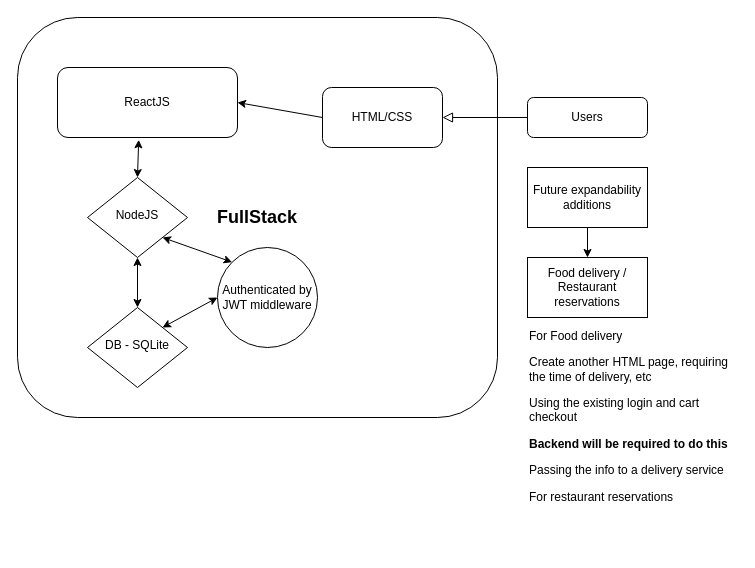
This is docs/DSTP08.drawio from fleano/DSTP08-Capstone, a draw.io file, before an edit. Source tidied: cells renumbered, new cells numbered last; positions are measured from the earlier drawing's top-left corner, leaving out a move shared by most shapes. Both pictures are drawn from the tidied source at 100%, with x=0, y=0 at pixel (17, 17).
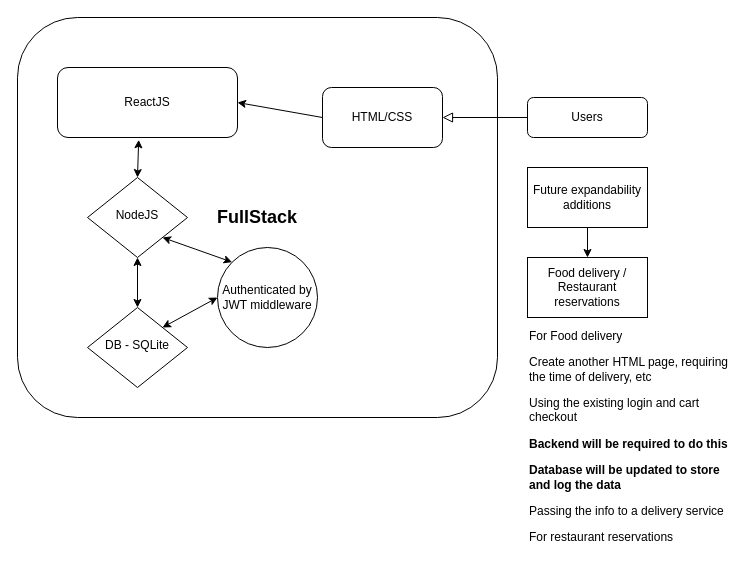
Above is the later version.

Diff of the diagram source:
```diff
@@
 <mxGraphModel>
   <root>
     <mxCell id="0" />
     <mxCell id="1" parent="0" />
     <mxCell id="2" value="&lt;b&gt;&lt;font style=&quot;font-size: 18px;&quot;&gt;FullStack&lt;/font&gt;&lt;/b&gt;" style="rounded=1;whiteSpace=wrap;html=1;roundedPerimeter=1;" parent="1" vertex="1">
       <mxGeometry width="480" height="400" as="geometry" />
     </mxCell>
     <mxCell id="3" value="ReactJS" style="rounded=1;whiteSpace=wrap;html=1;fontSize=12;glass=0;strokeWidth=1;shadow=0;" parent="1" vertex="1">
       <mxGeometry x="40" y="50" width="180" height="70" as="geometry" />
     </mxCell>
     <mxCell id="4" value="NodeJS" style="rhombus;whiteSpace=wrap;html=1;shadow=0;fontFamily=Helvetica;fontSize=12;align=center;strokeWidth=1;spacing=6;spacingTop=-4;" parent="1" vertex="1">
       <mxGeometry x="70" y="160" width="100" height="80" as="geometry" />
     </mxCell>
     <mxCell id="5" value="Users" style="rounded=1;whiteSpace=wrap;html=1;fontSize=12;glass=0;strokeWidth=1;shadow=0;" parent="1" vertex="1">
       <mxGeometry x="510" y="80" width="120" height="40" as="geometry" />
     </mxCell>
     <mxCell id="6" value="DB - SQLite" style="rhombus;whiteSpace=wrap;html=1;shadow=0;fontFamily=Helvetica;fontSize=12;align=center;strokeWidth=1;spacing=6;spacingTop=-4;" parent="1" vertex="1">
       <mxGeometry x="70" y="290" width="100" height="80" as="geometry" />
     </mxCell>
     <mxCell id="7" style="endArrow=classic;startArrow=classic;html=1;rounded=0;entryX=0.451;entryY=1.033;entryDx=0;entryDy=0;entryPerimeter=0;exitX=0.5;exitY=0;exitDx=0;exitDy=0;" parent="1" edge="1" source="4" target="3">
       <mxGeometry relative="1" as="geometry" />
     </mxCell>
     <mxCell id="8" style="endArrow=classic;startArrow=classic;html=1;rounded=0;entryX=0.5;entryY=1;entryDx=0;entryDy=0;exitX=0.5;exitY=0;exitDx=0;exitDy=0;" parent="1" edge="1" source="6" target="4">
       <mxGeometry relative="1" as="geometry" />
     </mxCell>
     <mxCell id="9" style="rounded=0;html=1;jettySize=auto;fontSize=11;endArrow=block;endFill=0;endSize=8;strokeWidth=1;shadow=0;labelBackgroundColor=none;edgeStyle=orthogonalEdgeStyle;exitX=0;exitY=0.5;exitDx=0;exitDy=0;entryX=1;entryY=0.5;entryDx=0;entryDy=0;" parent="1" edge="1" source="5" target="10">
       <mxGeometry x="0.09" y="55" relative="1" as="geometry" />
     </mxCell>
     <mxCell id="10" value="HTML/CSS" style="rounded=1;whiteSpace=wrap;html=1;roundedPerimeter=1;" parent="1" vertex="1">
       <mxGeometry x="305" y="70" width="120" height="60" as="geometry" />
     </mxCell>
     <mxCell id="11" style="endArrow=classic;html=1;rounded=0;entryX=1;entryY=0.5;entryDx=0;entryDy=0;exitX=0;exitY=0.5;exitDx=0;exitDy=0;" parent="1" edge="1" source="10" target="3">
       <mxGeometry relative="1" as="geometry" />
     </mxCell>
     <mxCell id="12" value="Future expandability additions" style="rounded=0;whiteSpace=wrap;html=1;" parent="1" vertex="1">
       <mxGeometry x="510" y="150" width="120" height="60" as="geometry" />
     </mxCell>
     <mxCell id="13" value="Food delivery / Restaurant reservations" style="rounded=0;whiteSpace=wrap;html=1;" parent="1" vertex="1">
       <mxGeometry x="510" y="240" width="120" height="60" as="geometry" />
     </mxCell>
     <mxCell id="14" style="endArrow=classic;html=1;rounded=0;entryX=0.5;entryY=0;entryDx=0;entryDy=0;exitX=0.5;exitY=1;exitDx=0;exitDy=0;" parent="1" edge="1" source="12" target="13">
       <mxGeometry relative="1" as="geometry" />
     </mxCell>
-    <mxCell id="15" value="&lt;h1 style=&quot;margin-top: 0px;&quot;&gt;&lt;br&gt;&lt;/h1&gt;&lt;div&gt;For Food delivery&lt;/div&gt;&lt;p&gt;Create another HTML page, requiring the time of delivery, etc&lt;/p&gt;&lt;p&gt;Using the existing login and cart checkout&lt;/p&gt;&lt;p&gt;&lt;b&gt;Backend will be required to do this&lt;/b&gt;&lt;/p&gt;&lt;p&gt;Passing the info to a delivery service&lt;/p&gt;&lt;p&gt;For restaurant reservations&lt;/p&gt;&lt;p&gt;&lt;br&gt;&lt;/p&gt;&lt;p&gt;&lt;br&gt;&lt;/p&gt;" style="text;html=1;whiteSpace=wrap;overflow=hidden;rounded=0;" parent="1" vertex="1">
+    <mxCell id="15" value="&lt;h1 style=&quot;margin-top: 0px;&quot;&gt;&lt;br&gt;&lt;/h1&gt;&lt;div&gt;For Food delivery&lt;/div&gt;&lt;p&gt;Create another HTML page, requiring the time of delivery, etc&lt;/p&gt;&lt;p&gt;Using the existing login and cart checkout&lt;/p&gt;&lt;p&gt;&lt;b&gt;Backend will be required to do this&lt;/b&gt;&lt;/p&gt;&lt;p&gt;&lt;b&gt;Database will be updated to store and log the data&lt;/b&gt;&lt;/p&gt;&lt;p&gt;Passing the info to a delivery service&lt;/p&gt;&lt;p&gt;For restaurant reservations&lt;/p&gt;&lt;p&gt;&lt;br&gt;&lt;/p&gt;&lt;p&gt;&lt;br&gt;&lt;/p&gt;" style="text;html=1;whiteSpace=wrap;overflow=hidden;rounded=0;" parent="1" vertex="1">
       <mxGeometry x="510" y="260" width="210" height="270" as="geometry" />
     </mxCell>
     <mxCell id="16" value="Authenticated by JWT middleware" style="ellipse;whiteSpace=wrap;html=1;shapeInside=1;" parent="1" vertex="1">
       <mxGeometry x="200" y="230" width="100" height="100" as="geometry" />
     </mxCell>
     <mxCell id="17" style="endArrow=classic;startArrow=classic;html=1;rounded=0;entryX=1;entryY=1;entryDx=0;entryDy=0;exitX=0;exitY=0;exitDx=0;exitDy=0;" parent="1" edge="1" source="16" target="4">
       <mxGeometry relative="1" as="geometry" />
     </mxCell>
     <mxCell id="18" style="endArrow=classic;startArrow=classic;html=1;rounded=0;exitX=1;exitY=0;exitDx=0;exitDy=0;entryX=0;entryY=0.5;entryDx=0;entryDy=0;" parent="1" edge="1" source="6" target="16">
       <mxGeometry relative="1" as="geometry" />
     </mxCell>
   </root>
 </mxGraphModel>
```
